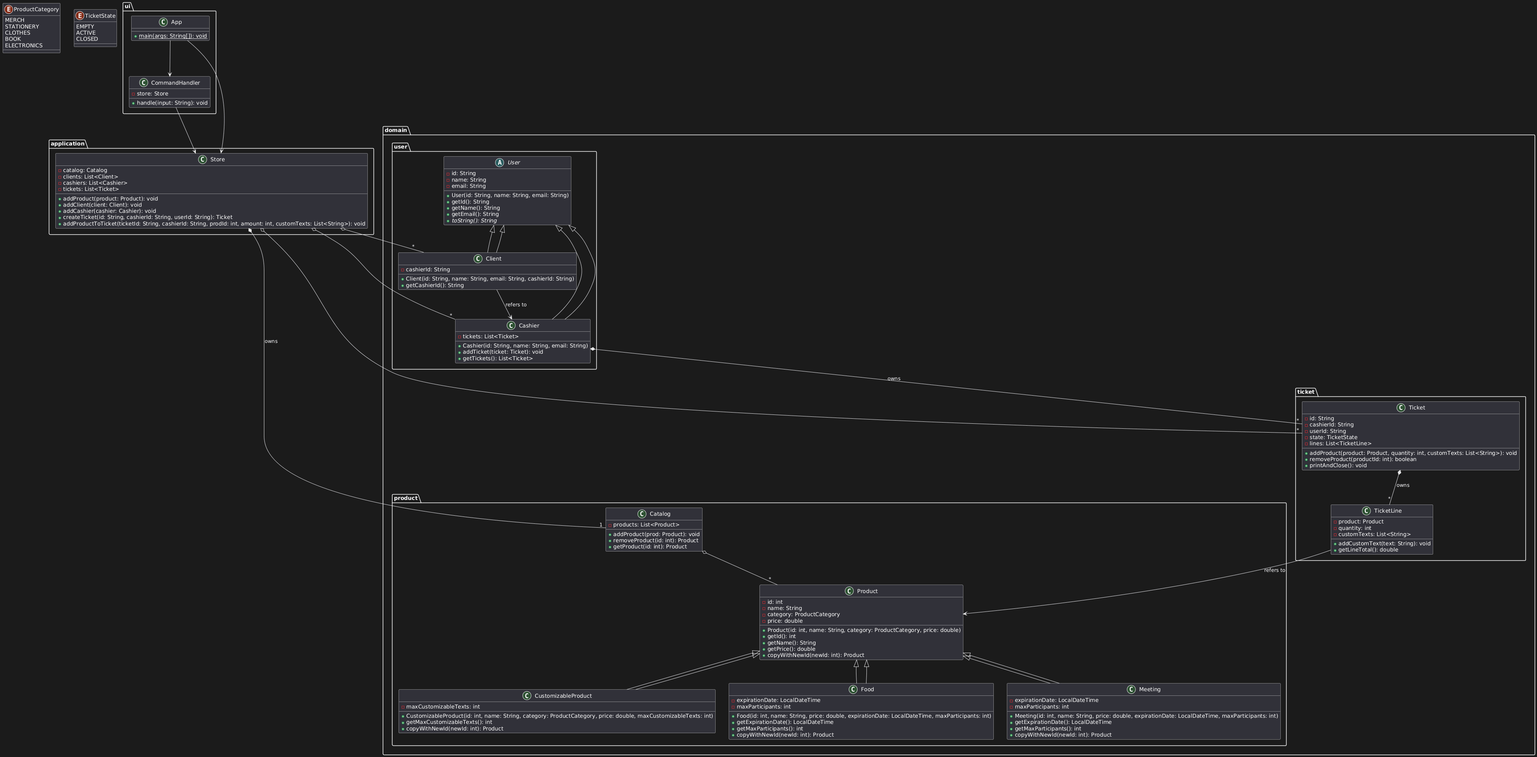
This is UML Diagram.png from wincynin/POO-Practica, a PlantUML export, as it was before one commit.
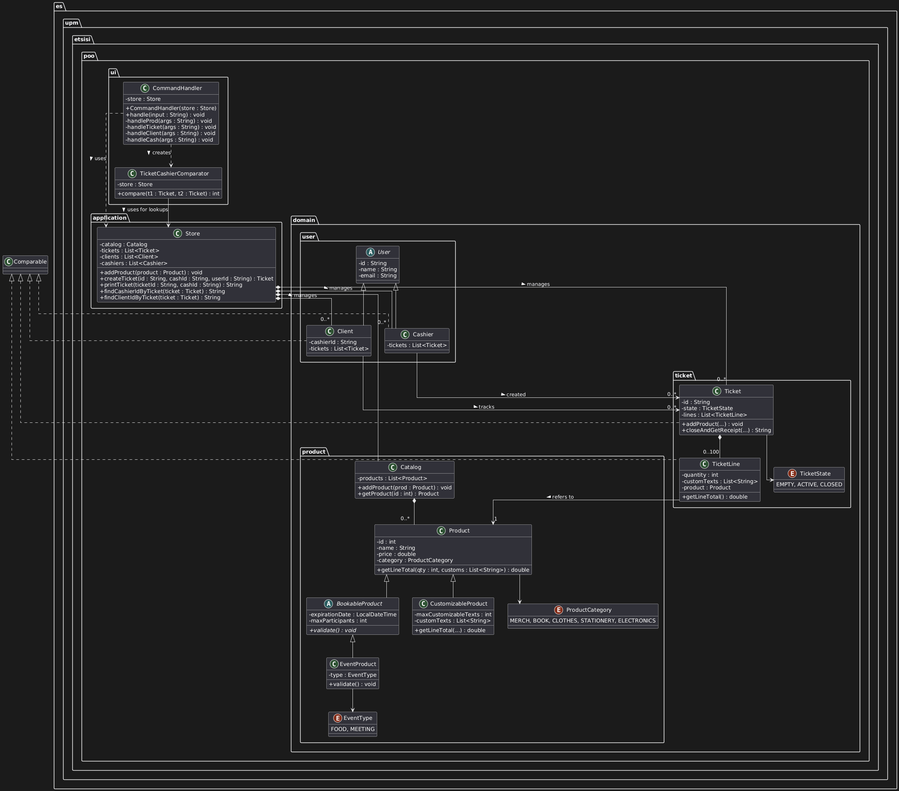
The same diagram one commit later.

Commit message:
Update UML Diagram to reflect recent changes in ticket handling and client management

The edit, as a diff of the source:
```diff
@@ -1,158 +1,155 @@
 @startuml
-package ui {
-    class App {
-        + {static} main(args: String[]): void
+skinparam classAttributeIconSize 0
+skinparam linetype ortho
+
+
+package "es.upm.etsisi.poo" {
+
+    package "ui" {
+        class CommandHandler {
+            - store : Store
+            + CommandHandler(store : Store)
+            + handle(input : String) : void
+            - handleProd(args : String) : void
+            - handleTicket(args : String) : void
+            - handleClient(args : String) : void
+            - handleCash(args : String) : void
+        }
+
+        class TicketCashierComparator {
+            - store : Store
+            + compare(t1 : Ticket, t2 : Ticket) : int
+        }
     }
 
-    class CommandHandler {
-        - store: Store
-        + handle(input: String): void
-    }
-}
-
-package application {
-    class Store {
-        - catalog: Catalog
-        - clients: List<Client>
-        - cashiers: List<Cashier>
-        - tickets: List<Ticket>
-        + addProduct(product: Product): void
-        + addClient(client: Client): void
-        + addCashier(cashier: Cashier): void
-        + createTicket(id: String, cashierId: String, userId: String): Ticket
-        + addProductToTicket(ticketId: String, cashierId: String, prodId: int, amount: int, customTexts: List<String>): void
-    }
-}
-
-package domain.user {
-    abstract class User {
-        - id: String
-        - name: String
-        - email: String
-        + User(id: String, name: String, email: String)
-        + getId(): String
-        + getName(): String
-        + getEmail(): String
-        + {abstract} toString(): String
+    package "application" {
+        class Store {
+            - catalog : Catalog
+            - tickets : List<Ticket>
+            - clients : List<Client>
+            - cashiers : List<Cashier>
+            + addProduct(product : Product) : void
+            + createTicket(id : String, cashId : String, userId : String) : Ticket
+            + printTicket(ticketId : String, cashId : String) : String
+            + findCashierIdByTicket(ticket : Ticket) : String
+            + findClientIdByTicket(ticket : Ticket) : String
+        }
     }
 
-    class Client extends User {
-        - cashierId: String
-        + Client(id: String, name: String, email: String, cashierId: String)
-        + getCashierId(): String
+    package "domain" {
+
+        package "product" {
+            class Catalog {
+                - products : List<Product>
+                + addProduct(prod : Product) : void
+                + getProduct(id : int) : Product
+            }
+
+            class Product {
+                - id : int
+                - name : String
+                - price : double
+                - category : ProductCategory
+                + getLineTotal(qty : int, customs : List<String>) : double
+            }
+
+            abstract class BookableProduct {
+                - expirationDate : LocalDateTime
+                - maxParticipants : int
+                + {abstract} validate() : void
+            }
+
+            class EventProduct {
+                - type : EventType
+                + validate() : void
+            }
+
+            class CustomizableProduct {
+                - maxCustomizableTexts : int
+                - customTexts : List<String>
+                + getLineTotal(...) : double
+            }
+
+            enum ProductCategory {
+                MERCH, BOOK, CLOTHES, STATIONERY, ELECTRONICS
+            }
+
+            enum EventType {
+                FOOD, MEETING
+            }
+        }
+
+        package "ticket" {
+            class Ticket {
+                - id : String
+                - state : TicketState
+                - lines : List<TicketLine>
+                + addProduct(...) : void
+                + closeAndGetReceipt(...) : String
+            }
+
+            class TicketLine {
+                - quantity : int
+                - customTexts : List<String>
+                - product : Product
+                + getLineTotal() : double
+            }
+
+            enum TicketState {
+                EMPTY, ACTIVE, CLOSED
+            }
+        }
+
+        package "user" {
+            abstract class User {
+                - id : String
+                - name : String
+                - email : String
+            }
+
+            class Client {
+                - cashierId : String
+                - tickets : List<Ticket>
+            }
+
+            class Cashier {
+                - tickets : List<Ticket>
+            }
+        }
     }
 
-    class Cashier extends User {
-        - tickets: List<Ticket>
-        + Cashier(id: String, name: String, email: String)
-        + addTicket(ticket: Ticket): void
-        + getTickets(): List<Ticket>
-    }
-}
-
-package domain.product {
-    class Product {
-        - id: int
-        - name: String
-        - category: ProductCategory
-        - price: double
-        + Product(id: int, name: String, category: ProductCategory, price: double)
-        + getId(): int
-        + getName(): String
-        + getPrice(): double
-        + copyWithNewId(newId: int): Product
-    }
-
-    class CustomizableProduct extends Product {
-        - maxCustomizableTexts: int
-        + CustomizableProduct(id: int, name: String, category: ProductCategory, price: double, maxCustomizableTexts: int)
-        + getMaxCustomizableTexts(): int
-        + copyWithNewId(newId: int): Product
-    }
-
-    class Food extends Product {
-        - expirationDate: LocalDateTime
-        - maxParticipants: int
-        + Food(id: int, name: String, price: double, expirationDate: LocalDateTime, maxParticipants: int)
-        + getExpirationDate(): LocalDateTime
-        + getMaxParticipants(): int
-        + copyWithNewId(newId: int): Product
-    }
-
-    class Meeting extends Product {
-        - expirationDate: LocalDateTime
-        - maxParticipants: int
-        + Meeting(id: int, name: String, price: double, expirationDate: LocalDateTime, maxParticipants: int)
-        + getExpirationDate(): LocalDateTime
-        + getMaxParticipants(): int
-        + copyWithNewId(newId: int): Product
-    }
-
-    class Catalog {
-      - products: List<Product>
-      + addProduct(prod: Product): void
-      + removeProduct(id: int): Product
-      + getProduct(id: int): Product
-    }
-}
-
-package domain.ticket {
-    class Ticket {
-      - id: String
-      - cashierId: String
-      - userId: String
-      - state: TicketState
-      - lines: List<TicketLine>
-      + addProduct(product: Product, quantity: int, customTexts: List<String>): void
-      + removeProduct(productId: int): boolean
-      + printAndClose(): void
-    }
-
-    class TicketLine {
-      - product: Product
-      - quantity: int
-      - customTexts: List<String>
-      + addCustomText(text: String): void
-      + getLineTotal(): double
-    }
-}
-
-enum ProductCategory {
-  MERCH
-  STATIONERY
-  CLOTHES
-  BOOK
-  ELECTRONICS
-}
-
-enum TicketState {
-  EMPTY
-  ACTIVE
-  CLOSED
 }
 
 
+User <|-- Client
+User <|-- Cashier
+Product <|-- BookableProduct
+BookableProduct <|-- EventProduct
+Product <|-- CustomizableProduct
+Comparable <|.. Client
+Comparable <|.. Cashier
+Comparable <|.. Ticket
+Comparable <|.. TicketLine
 
-domain.user.User <|-- domain.user.Client
-domain.user.User <|-- domain.user.Cashier
-domain.product.Product <|-- domain.product.CustomizableProduct
-domain.product.Product <|-- domain.product.Food
-domain.product.Product <|-- domain.product.Meeting
+Store *-- Catalog
+Store *-- "0..*" Ticket : manages >
+Store *-- "0..*" Client : manages >
+Store *-- "0..*" Cashier : manages >
 
-ui.App --> ui.CommandHandler
-ui.App --> application.Store
-ui.CommandHandler --> application.Store
+Catalog *-- "0..*" Product
 
-application.Store *-- "1" domain.product.Catalog : "owns"
-application.Store o-- "*" domain.user.Client
-application.Store o-- "*" domain.user.Cashier
-application.Store o-- "*" domain.ticket.Ticket
+Ticket *-- "0..100" TicketLine
 
-domain.product.Catalog o-- "*" domain.product.Product
+TicketLine --> "1" Product : refers to >
 
-domain.user.Cashier *-- "*" domain.ticket.Ticket : "owns"
-domain.user.Client --> domain.user.Cashier : "refers to"
+Client --> "0..*" Ticket : tracks >
+Cashier --> "0..*" Ticket : created >
 
-domain.ticket.Ticket *-- "*" domain.ticket.TicketLine : "owns"
-domain.ticket.TicketLine --> domain.product.Product : "refers to"
+CommandHandler ..> Store : uses >
+CommandHandler ..> TicketCashierComparator : creates >
+TicketCashierComparator --> Store : uses for lookups >
+
+Product --> ProductCategory
+EventProduct --> EventType
+Ticket --> TicketState
 @enduml
```
